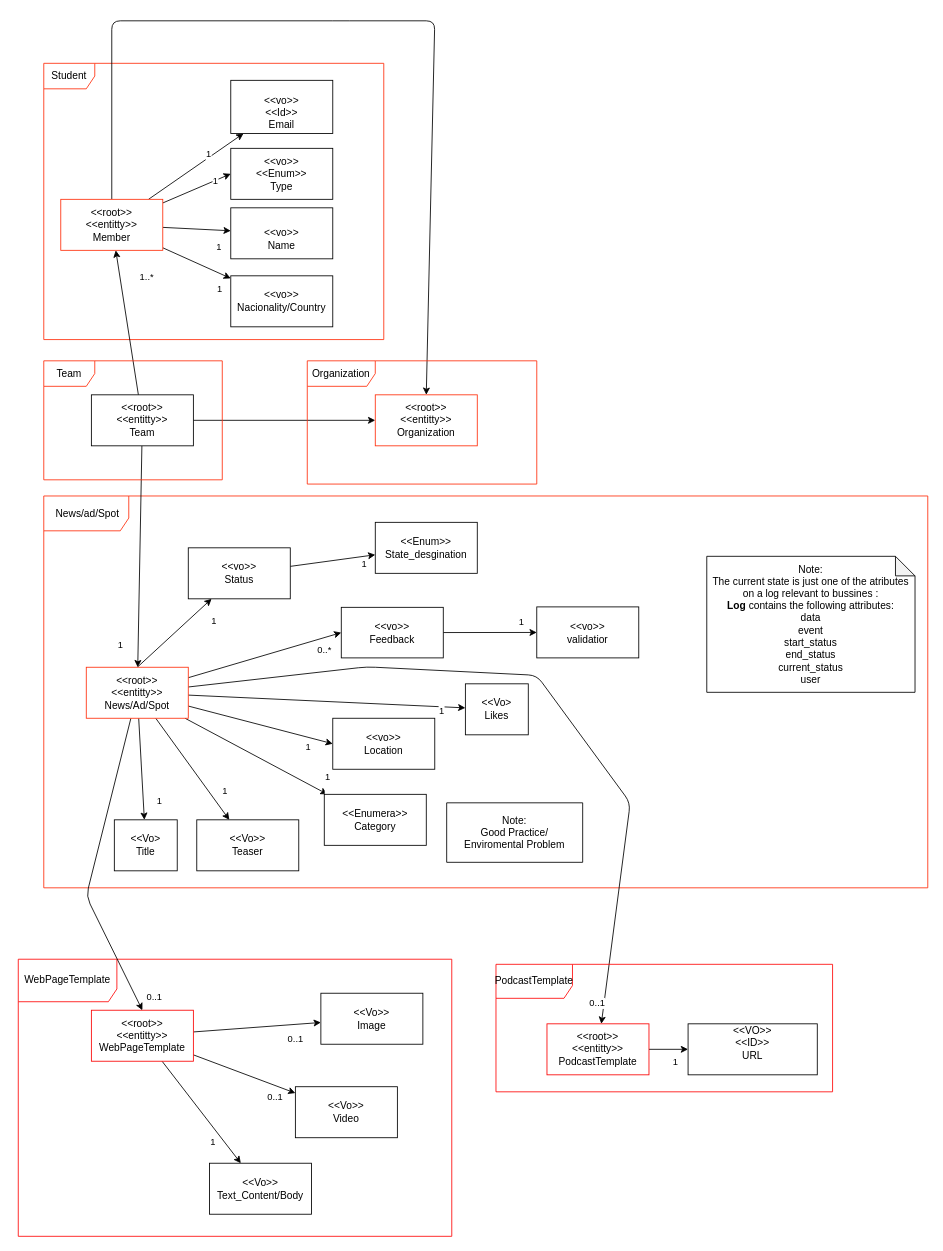
Earlier version of the draw.io diagram Docs/Domain-model/Domain-model.drawio (Giao748/ISEP-PESTI). Source tidied: cells renumbered, new cells numbered last; positions are measured from the earlier drawing's top-left corner, leaving out a move shared by most shapes. Both pictures are drawn from the tidied source at 85%, with x=0, y=0 at pixel (18, 20).
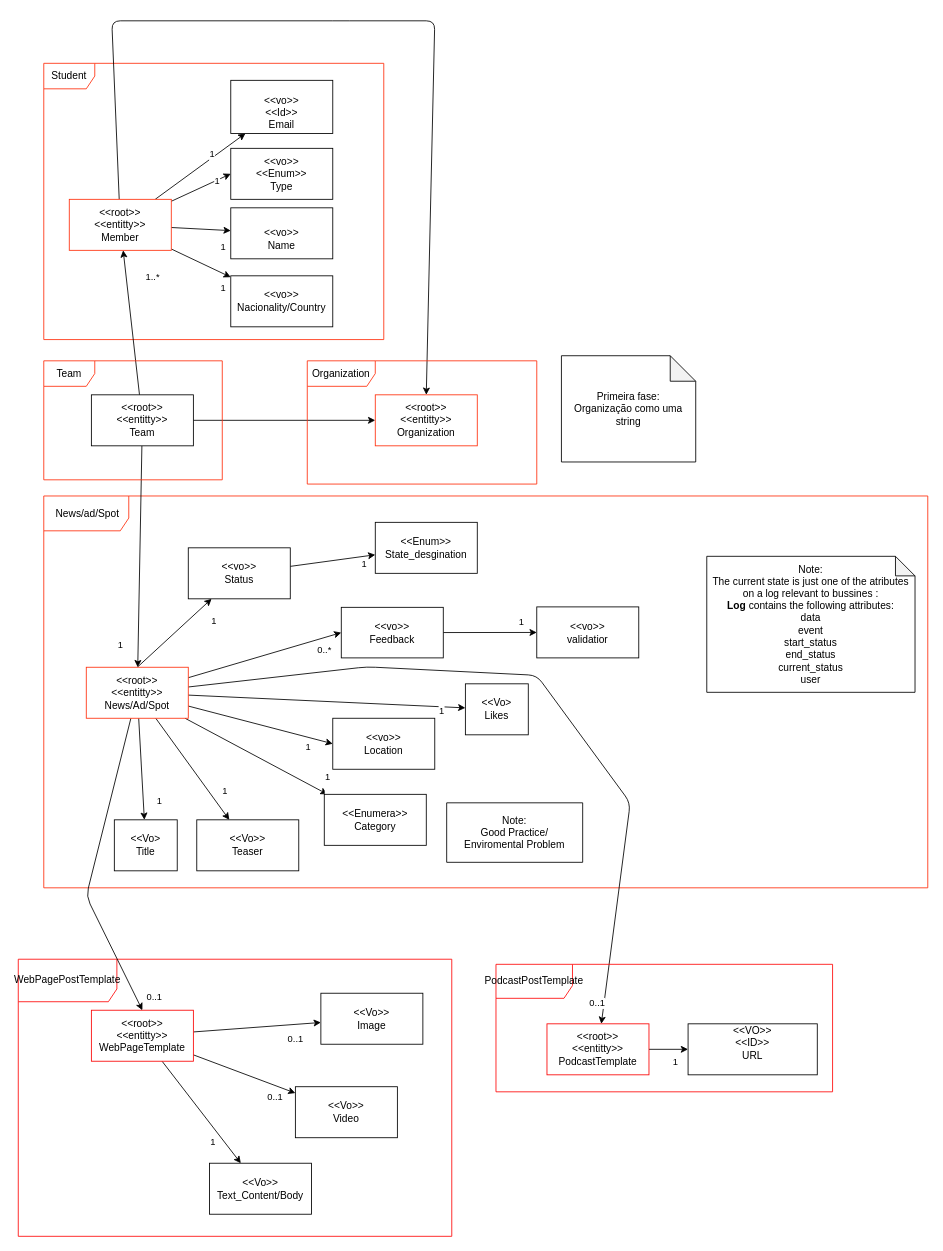
Above is the later version.

Diff of the diagram source:
```diff
@@
-    <mxCell id="20" value="WebPageTemplate" style="shape=umlFrame;whiteSpace=wrap;html=1;strokeColor=light-dark(#ff0a0a, #ededed);width=116;height=50;" parent="1" vertex="1">
+    <mxCell id="20" value="WebPagePostTemplate" style="shape=umlFrame;whiteSpace=wrap;html=1;strokeColor=light-dark(#ff0a0a, #ededed);width=116;height=50;" parent="1" vertex="1">
       <mxGeometry y="1104" width="510" height="326" as="geometry" />
     </mxCell>
@@
     <mxCell id="47" value="&amp;lt;&amp;lt;root&amp;gt;&amp;gt;&lt;div&gt;&amp;lt;&amp;lt;entitty&amp;gt;&amp;gt;&lt;/div&gt;&lt;div&gt;Member&lt;/div&gt;" style="rounded=0;whiteSpace=wrap;html=1;strokeColor=#FF300D;" parent="1" vertex="1">
-      <mxGeometry x="50" y="210" width="120" height="60" as="geometry" />
+      <mxGeometry x="60" y="210" width="120" height="60" as="geometry" />
     </mxCell>
@@
-    <mxCell id="54" value="PodcastTemplate" style="shape=umlFrame;whiteSpace=wrap;html=1;strokeColor=light-dark(#ff0a0a, #ededed);width=90;height=40;" parent="1" vertex="1">
+    <mxCell id="54" value="PodcastPostTemplate" style="shape=umlFrame;whiteSpace=wrap;html=1;strokeColor=light-dark(#ff0a0a, #ededed);width=90;height=40;" parent="1" vertex="1">
       <mxGeometry x="562" y="1110" width="396" height="150" as="geometry" />
     </mxCell>
@@
+    <mxCell id="74" value="Primeira fase:&lt;div&gt;Organização como uma string&lt;/div&gt;" style="shape=note;whiteSpace=wrap;html=1;backgroundOutline=1;darkOpacity=0.05;" parent="1" vertex="1">
+      <mxGeometry x="639" y="394" width="158" height="125" as="geometry" />
+    </mxCell>
```
